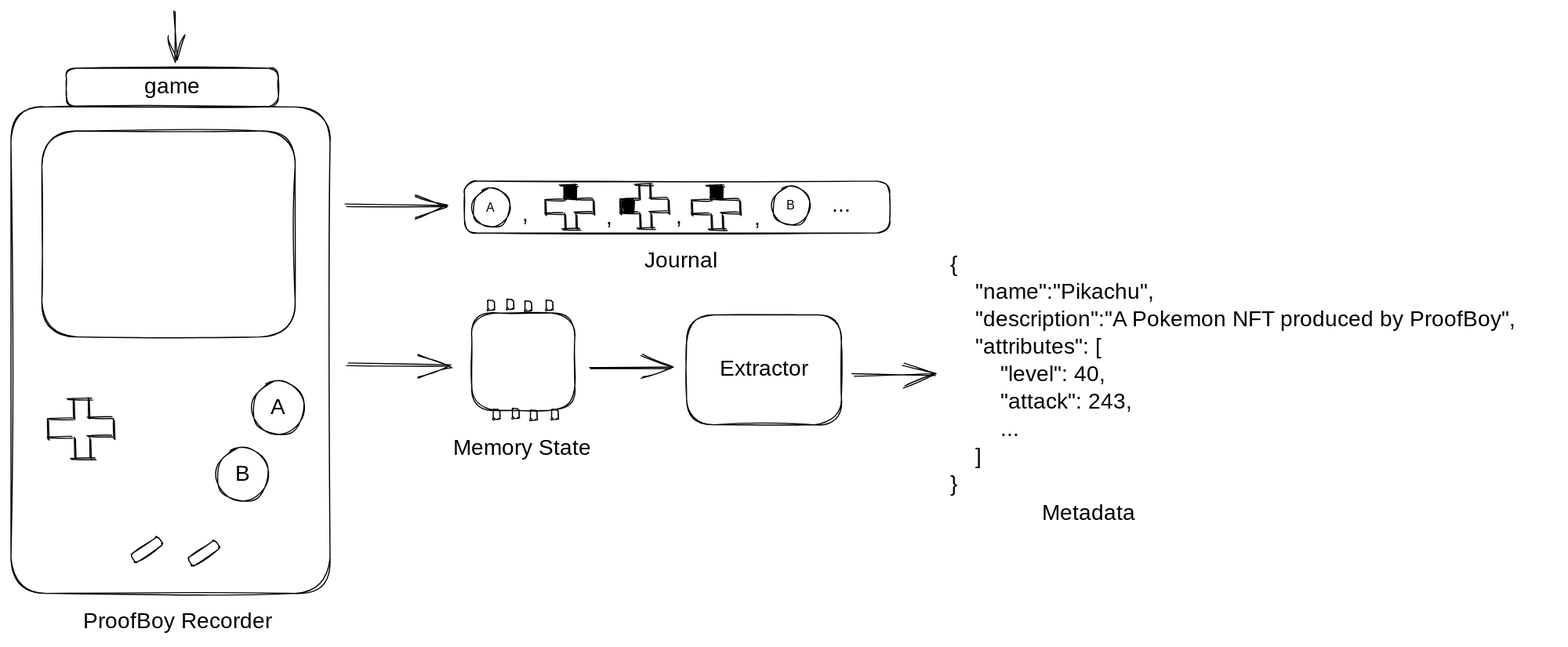
willemolding/ProofBoy keeps this Excalidraw diagram as docs/recorder.excalidraw.svg. Above is the earlier version. Source tidied: one line per element, renumbered; positions are measured from the earlier drawing's top-left corner, leaving out a move shared by most shapes.
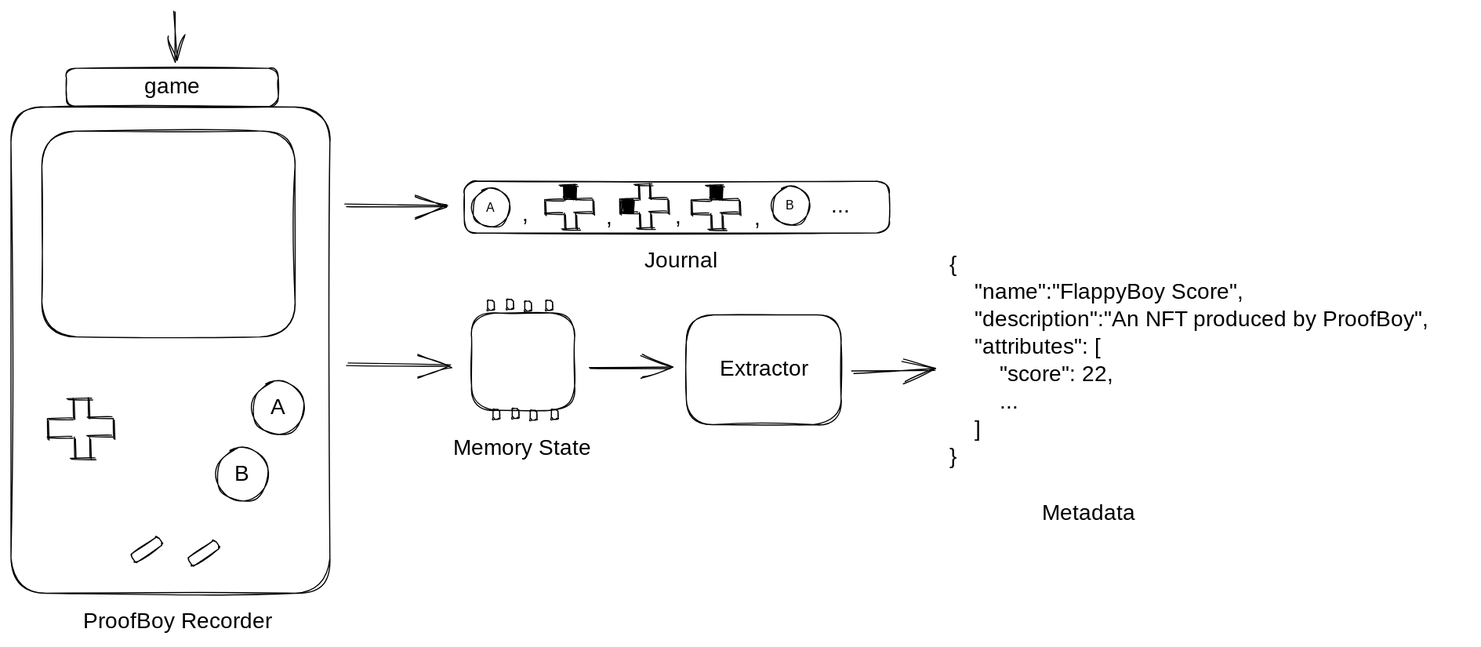
After the change.

The edit, as a diff of the source:
```diff
@@ -86,7 +86,7 @@
 {"id": 85, "type": "rectangle", "strokeColor": "#000000", "strokeWidth": 1, "roughness": 1, "round": true, "x": 615, "y": 277, "width": 141, "height": 100}
 {"id": 86, "type": "text", "text": "Extractor", "strokeColor": "#000000", "strokeWidth": 1, "roughness": 1, "fontSize": 20, "fontFamily": 1, "textAlign": "center", "verticalAlign": "middle", "inside": 85, "x": 636, "y": 314, "width": 99, "height": 25}
 {"id": 87, "type": "arrow", "strokeColor": "#000000", "strokeWidth": 1, "roughness": 1, "endArrowhead": "arrow", "round": true, "from": 75, "to": 85, "x": 527, "y": 325, "width": 75, "height": 1, "points": [[0, 0], [75, -1]]}
-{"id": 88, "type": "text", "text": "{\n    \"name\":\"Pikachu\",\n    \"description\":\"A Pokemon NFT produced by ProofBoy\",\n    \"attributes\": [\n        \"level\": 40,\n        \"attack\": 243,\n        ...\n    ]\n}", "strokeColor": "#000000", "strokeWidth": 1, "roughness": 1, "fontSize": 20, "fontFamily": 1, "x": 855, "y": 219, "width": 553, "height": 225}
+{"id": 88, "type": "text", "text": "{\n    \"name\":\"FlappyBoy Score\",\n    \"description\":\"An NFT produced by ProofBoy\",\n    \"attributes\": [\n        \"score\": 22,\n        ...\n    ]\n}", "strokeColor": "#000000", "strokeWidth": 1, "roughness": 1, "fontSize": 20, "fontFamily": 1, "x": 855, "y": 219, "width": 474, "height": 200}
-{"id": 89, "type": "arrow", "strokeColor": "#000000", "strokeWidth": 1, "roughness": 1, "endArrowhead": "arrow", "round": true, "from": 85, "to": 88, "x": 766, "y": 331, "width": 75, "height": 1, "points": [[0, 0], [75, 1]]}
+{"id": 89, "type": "arrow", "strokeColor": "#000000", "strokeWidth": 1, "roughness": 1, "endArrowhead": "arrow", "round": true, "from": 85, "to": 88, "x": 766, "y": 328, "width": 75, "height": 2, "points": [[0, 0], [75, -2]]}
 {"id": 90, "type": "text", "text": "Metadata", "strokeColor": "#000000", "strokeWidth": 1, "roughness": 1, "fontSize": 20, "fontFamily": 1, "x": 939, "y": 445, "width": 100, "height": 25}
 {"id": 91, "type": "arrow", "strokeColor": "#000000", "strokeWidth": 1, "roughness": 1, "endArrowhead": "arrow", "round": true, "to": 0, "x": 149, "y": 0, "width": 1, "height": 45, "points": [[0, 0], [1, 45]]}
```
